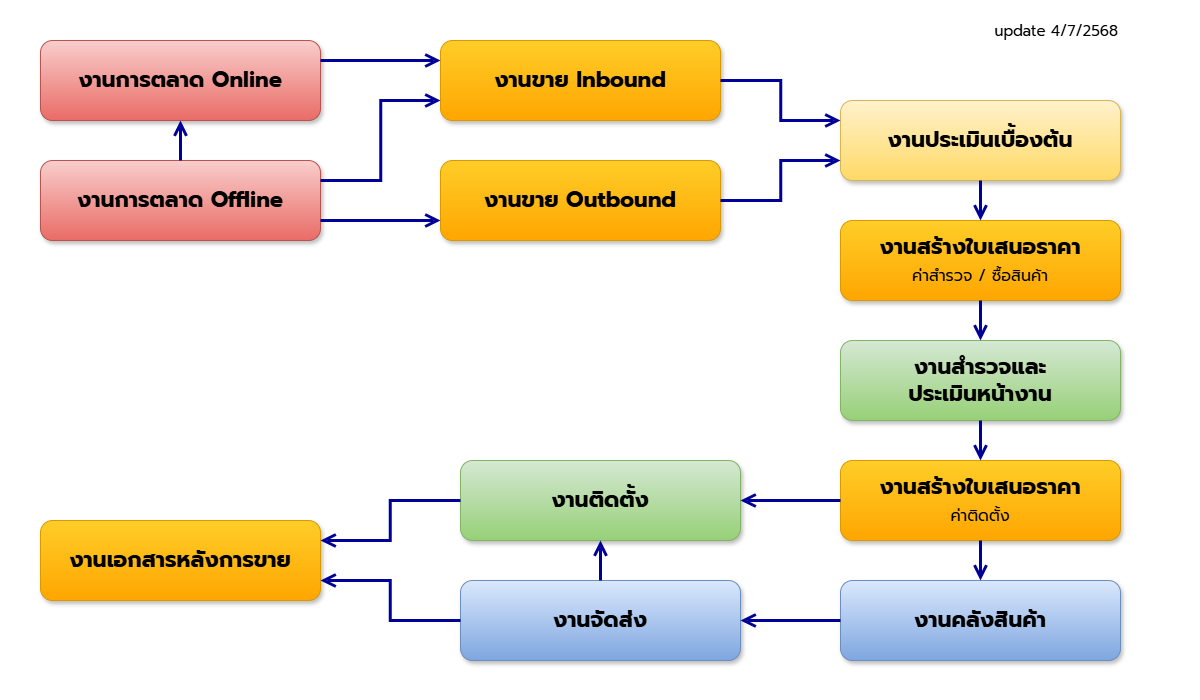
The draw.io diagram m0-1.png in D-Excel/work-process, before a commit. Source tidied: cells renumbered, new cells last; positions are measured from the earlier drawing's top-left corner, leaving out a move shared by most shapes. Source of this version:
```xml
<mxGraphModel>
  <root>
    <mxCell id="0" />
    <mxCell id="1" parent="0" />
    <mxCell id="2" value="update 4/7/2568" style="text;html=1;align=right;verticalAlign=middle;whiteSpace=wrap;rounded=0;fontFamily=prompt;fontSource=https%3A%2F%2Ffonts.googleapis.com%2Fcss%3Ffamily%3Dprompt;fontSize=15;fontStyle=0;" parent="1" vertex="1">
      <mxGeometry x="820" width="260" height="40" as="geometry" />
    </mxCell>
    <mxCell id="3" value="&lt;span&gt;งานการตลาด Offline&lt;/span&gt;" style="rounded=1;whiteSpace=wrap;html=1;fontFamily=prompt;fontSource=https%3A%2F%2Ffonts.googleapis.com%2Fcss%3Ffamily%3Dprompt;fontStyle=1;fillColor=#f8cecc;strokeColor=#b85450;shadow=1;gradientColor=#ea6b66;fontSize=22;" parent="1" vertex="1">
      <mxGeometry y="150" width="280" height="80" as="geometry" />
    </mxCell>
    <mxCell id="4" value="&lt;span&gt;งานขาย Inbound&lt;/span&gt;" style="rounded=1;whiteSpace=wrap;html=1;fontFamily=prompt;fontSource=https%3A%2F%2Ffonts.googleapis.com%2Fcss%3Ffamily%3Dprompt;fontStyle=1;fillColor=#ffcd28;strokeColor=#d79b00;shadow=1;gradientColor=#ffa500;fontSize=22;" parent="1" vertex="1">
      <mxGeometry x="400" y="30" width="280" height="80" as="geometry" />
    </mxCell>
    <mxCell id="5" value="&lt;span&gt;งานการตลาด Online&lt;/span&gt;" style="rounded=1;whiteSpace=wrap;html=1;fontFamily=prompt;fontSource=https%3A%2F%2Ffonts.googleapis.com%2Fcss%3Ffamily%3Dprompt;fontStyle=1;fillColor=#f8cecc;strokeColor=#b85450;shadow=1;gradientColor=#ea6b66;fontSize=22;" parent="1" vertex="1">
      <mxGeometry y="30" width="280" height="80" as="geometry" />
    </mxCell>
    <mxCell id="6" value="&lt;span&gt;งานขาย Outbound&lt;/span&gt;" style="rounded=1;whiteSpace=wrap;html=1;fontFamily=prompt;fontSource=https%3A%2F%2Ffonts.googleapis.com%2Fcss%3Ffamily%3Dprompt;fontStyle=1;fillColor=#ffcd28;strokeColor=#d79b00;shadow=1;gradientColor=#ffa500;fontSize=22;" parent="1" vertex="1">
      <mxGeometry x="400" y="150" width="280" height="80" as="geometry" />
    </mxCell>
    <mxCell id="7" style="endArrow=open;html=1;rounded=0;exitX=0.5;exitY=0;exitDx=0;exitDy=0;entryX=0.5;entryY=1;entryDx=0;entryDy=0;endSize=9;startSize=9;strokeColor=#000099;endFill=0;strokeWidth=3;" parent="1" edge="1" source="3" target="5">
      <mxGeometry relative="1" as="geometry" />
    </mxCell>
    <mxCell id="8" style="endArrow=open;html=1;rounded=0;exitX=1;exitY=0.25;exitDx=0;exitDy=0;entryX=0;entryY=0.25;entryDx=0;entryDy=0;endSize=9;startSize=9;strokeColor=#000099;endFill=0;strokeWidth=3;" parent="1" edge="1" source="5" target="4">
      <mxGeometry relative="1" as="geometry" />
    </mxCell>
    <mxCell id="9" style="edgeStyle=elbowEdgeStyle;elbow=horizontal;endArrow=open;html=1;curved=0;rounded=0;endSize=9;startSize=9;strokeWidth=3;strokeColor=#000099;endFill=0;entryX=0;entryY=0.75;entryDx=0;entryDy=0;exitX=1;exitY=0.25;exitDx=0;exitDy=0;" parent="1" edge="1" source="3" target="4">
      <mxGeometry relative="1" as="geometry" />
    </mxCell>
    <mxCell id="10" style="endArrow=open;html=1;rounded=0;exitX=1;exitY=0.75;exitDx=0;exitDy=0;entryX=0;entryY=0.75;entryDx=0;entryDy=0;endSize=9;startSize=9;strokeColor=#000099;endFill=0;strokeWidth=3;" parent="1" edge="1" source="3" target="6">
      <mxGeometry relative="1" as="geometry" />
    </mxCell>
    <mxCell id="11" value="งานประเมินเบื้องต้น" style="rounded=1;whiteSpace=wrap;html=1;fontFamily=prompt;fontSource=https%3A%2F%2Ffonts.googleapis.com%2Fcss%3Ffamily%3Dprompt;fontStyle=1;fillColor=#fff2cc;strokeColor=#d6b656;shadow=1;gradientColor=#ffd966;fontSize=22;" parent="1" vertex="1">
      <mxGeometry x="800" y="90" width="280" height="80" as="geometry" />
    </mxCell>
    <mxCell id="12" style="edgeStyle=elbowEdgeStyle;elbow=horizontal;endArrow=open;html=1;curved=0;rounded=0;endSize=9;startSize=9;strokeWidth=3;strokeColor=#000099;endFill=0;exitX=1;exitY=0.5;exitDx=0;exitDy=0;entryX=0;entryY=0.25;entryDx=0;entryDy=0;" parent="1" edge="1" source="4" target="11">
      <mxGeometry relative="1" as="geometry" />
    </mxCell>
    <mxCell id="13" style="edgeStyle=elbowEdgeStyle;elbow=horizontal;endArrow=open;html=1;curved=0;rounded=0;endSize=9;startSize=9;strokeWidth=3;strokeColor=#000099;endFill=0;exitX=1;exitY=0.5;exitDx=0;exitDy=0;entryX=0;entryY=0.75;entryDx=0;entryDy=0;" parent="1" edge="1" source="6" target="11">
      <mxGeometry relative="1" as="geometry" />
    </mxCell>
    <mxCell id="14" value="&lt;b&gt;งานสร้างใบเสนอราคา&lt;/b&gt;&lt;br&gt;&lt;font style=&quot;font-size: 16px;&quot;&gt;ค่าสำรวจ / ซื้อสินค้า&lt;/font&gt;" style="rounded=1;whiteSpace=wrap;html=1;fontFamily=prompt;fontSource=https%3A%2F%2Ffonts.googleapis.com%2Fcss%3Ffamily%3Dprompt;fontStyle=0;fillColor=#ffcd28;strokeColor=#d79b00;shadow=1;gradientColor=#ffa500;fontSize=22;" parent="1" vertex="1">
      <mxGeometry x="800" y="210" width="280" height="80" as="geometry" />
    </mxCell>
    <mxCell id="15" value="&lt;b&gt;งานสำรวจและ&lt;/b&gt;&lt;div&gt;&lt;b&gt;ประเมินหน้างาน&lt;/b&gt;&lt;/div&gt;" style="rounded=1;whiteSpace=wrap;html=1;fontFamily=prompt;fontSource=https%3A%2F%2Ffonts.googleapis.com%2Fcss%3Ffamily%3Dprompt;fontStyle=0;fillColor=#d5e8d4;strokeColor=#82b366;shadow=1;gradientColor=#97d077;fontSize=22;" parent="1" vertex="1">
      <mxGeometry x="800" y="330" width="280" height="80" as="geometry" />
    </mxCell>
    <mxCell id="16" value="&lt;b&gt;งานสร้างใบเสนอราคา&lt;/b&gt;&lt;br&gt;&lt;font style=&quot;font-size: 16px;&quot;&gt;ค่าติดตั้ง&lt;/font&gt;" style="rounded=1;whiteSpace=wrap;html=1;fontFamily=prompt;fontSource=https%3A%2F%2Ffonts.googleapis.com%2Fcss%3Ffamily%3Dprompt;fontStyle=0;fillColor=#ffcd28;strokeColor=#d79b00;shadow=1;gradientColor=#ffa500;fontSize=22;" parent="1" vertex="1">
      <mxGeometry x="800" y="450" width="280" height="80" as="geometry" />
    </mxCell>
    <mxCell id="17" style="endArrow=open;html=1;rounded=0;exitX=0.5;exitY=1;exitDx=0;exitDy=0;entryX=0.5;entryY=0;entryDx=0;entryDy=0;endSize=9;startSize=9;strokeColor=#000099;endFill=0;strokeWidth=3;" parent="1" edge="1" source="11" target="14">
      <mxGeometry relative="1" as="geometry" />
    </mxCell>
    <mxCell id="18" style="endArrow=open;html=1;rounded=0;exitX=0.5;exitY=1;exitDx=0;exitDy=0;entryX=0.5;entryY=0;entryDx=0;entryDy=0;endSize=9;startSize=9;strokeColor=#000099;endFill=0;strokeWidth=3;" parent="1" edge="1" source="14" target="15">
      <mxGeometry relative="1" as="geometry" />
    </mxCell>
    <mxCell id="19" style="endArrow=open;html=1;rounded=0;exitX=0.5;exitY=1;exitDx=0;exitDy=0;entryX=0.5;entryY=0;entryDx=0;entryDy=0;endSize=9;startSize=9;strokeColor=#000099;endFill=0;strokeWidth=3;" parent="1" edge="1" source="15" target="16">
      <mxGeometry relative="1" as="geometry" />
    </mxCell>
    <mxCell id="20" value="&lt;font style=&quot;&quot;&gt;&lt;b&gt;งานติดตั้ง&lt;/b&gt;&lt;/font&gt;" style="rounded=1;whiteSpace=wrap;html=1;fontFamily=prompt;fontSource=https%3A%2F%2Ffonts.googleapis.com%2Fcss%3Ffamily%3Dprompt;fontStyle=0;fillColor=#d5e8d4;strokeColor=#82b366;shadow=1;gradientColor=#97d077;fontSize=22;" parent="1" vertex="1">
      <mxGeometry x="420" y="450" width="280" height="80" as="geometry" />
    </mxCell>
    <mxCell id="21" value="&lt;b&gt;งานคลังสินค้า&lt;/b&gt;" style="rounded=1;whiteSpace=wrap;html=1;fontFamily=prompt;fontSource=https%3A%2F%2Ffonts.googleapis.com%2Fcss%3Ffamily%3Dprompt;fontStyle=0;fillColor=#dae8fc;strokeColor=#6c8ebf;shadow=1;gradientColor=#7ea6e0;fontSize=22;" parent="1" vertex="1">
      <mxGeometry x="800" y="570" width="280" height="80" as="geometry" />
    </mxCell>
    <mxCell id="22" value="&lt;b&gt;งานจัดส่ง&lt;/b&gt;" style="rounded=1;whiteSpace=wrap;html=1;fontFamily=prompt;fontSource=https%3A%2F%2Ffonts.googleapis.com%2Fcss%3Ffamily%3Dprompt;fontStyle=0;fillColor=#dae8fc;strokeColor=#6c8ebf;shadow=1;gradientColor=#7ea6e0;fontSize=22;" parent="1" vertex="1">
      <mxGeometry x="420" y="570" width="280" height="80" as="geometry" />
    </mxCell>
    <mxCell id="23" style="endArrow=open;html=1;rounded=0;exitX=0;exitY=0.5;exitDx=0;exitDy=0;entryX=1;entryY=0.5;entryDx=0;entryDy=0;endSize=9;startSize=9;strokeColor=#000099;endFill=0;strokeWidth=3;" parent="1" edge="1" source="21" target="22">
      <mxGeometry relative="1" as="geometry" />
    </mxCell>
    <mxCell id="24" style="endArrow=open;html=1;rounded=0;exitX=0.5;exitY=1;exitDx=0;exitDy=0;entryX=0.5;entryY=0;entryDx=0;entryDy=0;endSize=9;startSize=9;strokeColor=#000099;endFill=0;strokeWidth=3;" parent="1" edge="1" source="16" target="21">
      <mxGeometry relative="1" as="geometry" />
    </mxCell>
    <mxCell id="25" style="endArrow=open;html=1;rounded=0;exitX=0;exitY=0.5;exitDx=0;exitDy=0;entryX=1;entryY=0.5;entryDx=0;entryDy=0;endSize=9;startSize=9;strokeColor=#000099;endFill=0;strokeWidth=3;" parent="1" edge="1" source="16" target="20">
      <mxGeometry relative="1" as="geometry" />
    </mxCell>
    <mxCell id="26" style="endArrow=open;html=1;rounded=0;exitX=0.5;exitY=0;exitDx=0;exitDy=0;entryX=0.5;entryY=1;entryDx=0;entryDy=0;endSize=9;startSize=9;strokeColor=#000099;endFill=0;strokeWidth=3;" parent="1" edge="1" source="22" target="20">
      <mxGeometry relative="1" as="geometry" />
    </mxCell>
    <mxCell id="27" value="&lt;span&gt;งานเอกสารหลังการขาย&lt;/span&gt;" style="rounded=1;whiteSpace=wrap;html=1;fontFamily=prompt;fontSource=https%3A%2F%2Ffonts.googleapis.com%2Fcss%3Ffamily%3Dprompt;fontStyle=1;fillColor=#ffcd28;strokeColor=#d79b00;shadow=1;gradientColor=#ffa500;fontSize=22;" parent="1" vertex="1">
      <mxGeometry y="510" width="280" height="80" as="geometry" />
    </mxCell>
    <mxCell id="28" style="edgeStyle=elbowEdgeStyle;elbow=horizontal;endArrow=open;html=1;curved=0;rounded=0;endSize=9;startSize=9;strokeWidth=3;strokeColor=#000099;endFill=0;exitX=0;exitY=0.5;exitDx=0;exitDy=0;entryX=1;entryY=0.25;entryDx=0;entryDy=0;" parent="1" edge="1" source="20" target="27">
      <mxGeometry relative="1" as="geometry" />
    </mxCell>
    <mxCell id="29" style="edgeStyle=elbowEdgeStyle;elbow=horizontal;endArrow=open;html=1;curved=0;rounded=0;endSize=9;startSize=9;strokeWidth=3;strokeColor=#000099;endFill=0;exitX=0;exitY=0.5;exitDx=0;exitDy=0;entryX=1;entryY=0.75;entryDx=0;entryDy=0;" parent="1" edge="1" source="22" target="27">
      <mxGeometry relative="1" as="geometry" />
    </mxCell>
  </root>
</mxGraphModel>
```
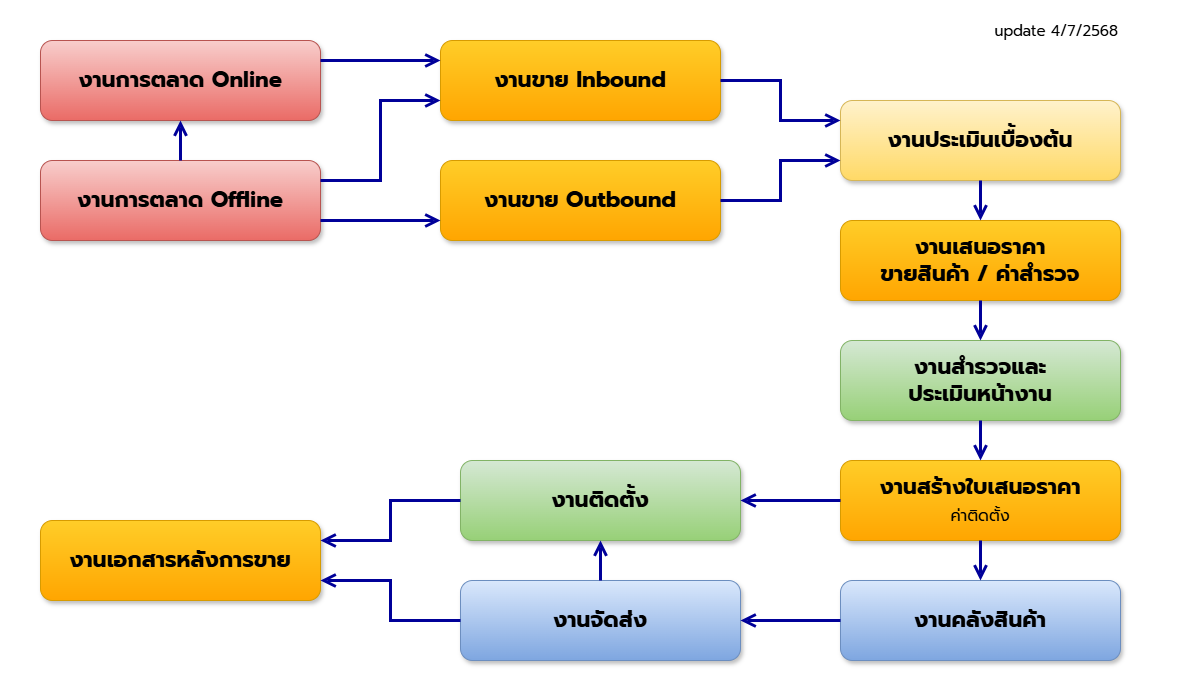
After the change.

The edit, as a diff of the source:
```diff
@@ -38,7 +38,7 @@
     <mxCell id="13" style="edgeStyle=elbowEdgeStyle;elbow=horizontal;endArrow=open;html=1;curved=0;rounded=0;endSize=9;startSize=9;strokeWidth=3;strokeColor=#000099;endFill=0;exitX=1;exitY=0.5;exitDx=0;exitDy=0;entryX=0;entryY=0.75;entryDx=0;entryDy=0;" parent="1" edge="1" source="6" target="11">
       <mxGeometry relative="1" as="geometry" />
     </mxCell>
-    <mxCell id="14" value="&lt;b&gt;งานสร้างใบเสนอราคา&lt;/b&gt;&lt;br&gt;&lt;font style=&quot;font-size: 16px;&quot;&gt;ค่าสำรวจ / ซื้อสินค้า&lt;/font&gt;" style="rounded=1;whiteSpace=wrap;html=1;fontFamily=prompt;fontSource=https%3A%2F%2Ffonts.googleapis.com%2Fcss%3Ffamily%3Dprompt;fontStyle=0;fillColor=#ffcd28;strokeColor=#d79b00;shadow=1;gradientColor=#ffa500;fontSize=22;" parent="1" vertex="1">
+    <mxCell id="14" value="&lt;span&gt;งานเสนอราคา&lt;br&gt;&lt;/span&gt;ขายสินค้า / ค่าสำรวจ" style="rounded=1;whiteSpace=wrap;html=1;fontFamily=prompt;fontSource=https%3A%2F%2Ffonts.googleapis.com%2Fcss%3Ffamily%3Dprompt;fontStyle=1;fillColor=#ffcd28;strokeColor=#d79b00;shadow=1;gradientColor=#ffa500;fontSize=22;" parent="1" vertex="1">
       <mxGeometry x="800" y="210" width="280" height="80" as="geometry" />
     </mxCell>
     <mxCell id="15" value="&lt;b&gt;งานสำรวจและ&lt;/b&gt;&lt;div&gt;&lt;b&gt;ประเมินหน้างาน&lt;/b&gt;&lt;/div&gt;" style="rounded=1;whiteSpace=wrap;html=1;fontFamily=prompt;fontSource=https%3A%2F%2Ffonts.googleapis.com%2Fcss%3Ffamily%3Dprompt;fontStyle=0;fillColor=#d5e8d4;strokeColor=#82b366;shadow=1;gradientColor=#97d077;fontSize=22;" parent="1" vertex="1">
```
